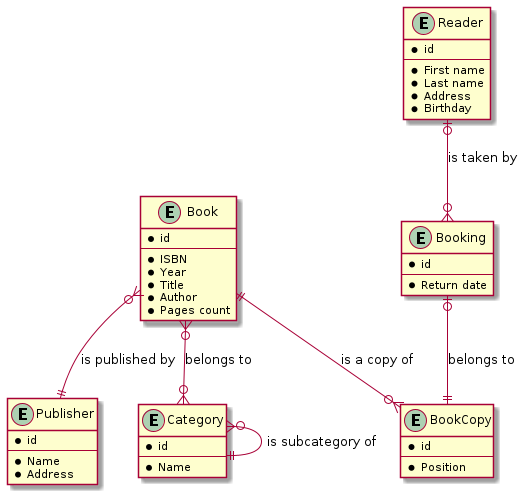
This is Practice 2/Yakshibaev/img/task1.png from consoleaf/BD_B2019_PING_6, a PlantUML export, as it was before one commit. Its diagram source:
```plantuml
@startuml

entity Book {
        * id
        --
        * ISBN
        * Year
        * Title
        * Author
        * Pages count
}

entity BookCopy {
        * id
        --
        * Position
}

entity Publisher {
        * id
        --
        * Name
        * Address
}

entity Category {
        * id
        --
        * Name
}

entity Reader {
        * id
        --
        * First name
        * Last name
        * Address
        * Birthday
}

entity Booking {
        * id
        --
        * Return date
}

Book }o--|| Publisher: is published by
Book }o--o{ Category: belongs to
Category }o--|| Category: is subcategory of
Reader |o--o{ Booking: is taken by
Booking |o--|| BookCopy: belongs to
Book ||--o{ BookCopy: is a copy of
@enduml
```
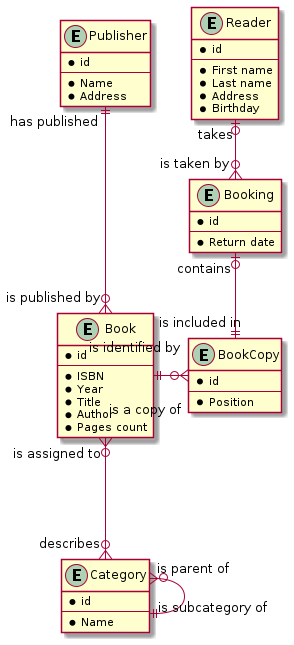
Later version of the same file.

Change to the diagram source:
```diff
@@ -44,10 +44,10 @@
         * Return date
 }
 
-Book }o--|| Publisher: is published by
-Book }o--o{ Category: belongs to
-Category }o--|| Category: is subcategory of
-Reader |o--o{ Booking: is taken by
-Booking |o--|| BookCopy: belongs to
-Book ||--o{ BookCopy: is a copy of
+Book "is published by" }o--up-|| "has published" Publisher
+Book "is assigned to" }o--down-o{ "describes" Category
+Category "is parent of" }o---|| "is subcategory of" Category
+Reader "takes" |o--o{ "is taken by" Booking
+Booking "contains" |o--|| "is included in" BookCopy
+Book "is identified by" ||-right----o{ "is a copy of" BookCopy
 @enduml
```
